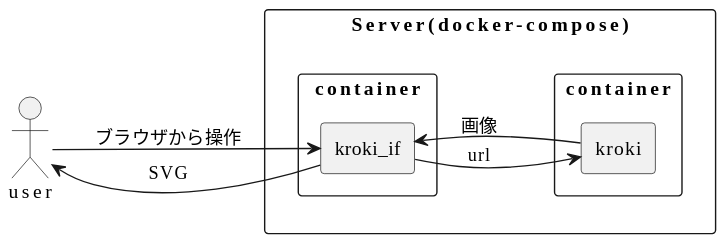
The PlantUML diagram system_arch.svg in mdwl23/kroki_if, before a commit.
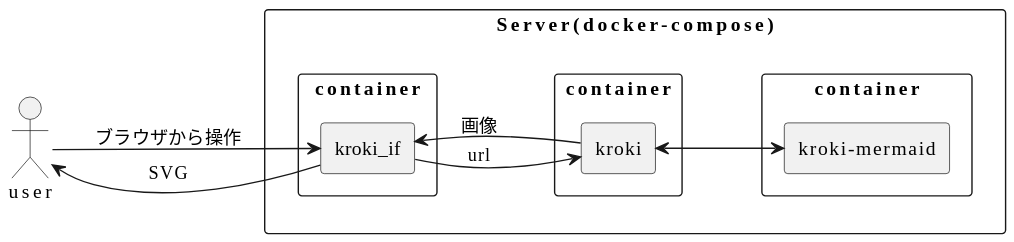
Above is the later version.

Diff of the diagram source:
```diff
@@ -10,10 +10,14 @@
   rectangle container as c2{
     rectangle "kroki" as kroki
   }
+  rectangle container as c3{
+    rectangle "kroki-mermaid" as kroki_mermaid
+  }
 }
 
 user-->kroki_if: ブラウザから操作
 kroki_if-->kroki: url
 kroki-->kroki_if: 画像
 kroki_if-->user: SVG
+kroki<-->kroki_mermaid
 @enduml
```
